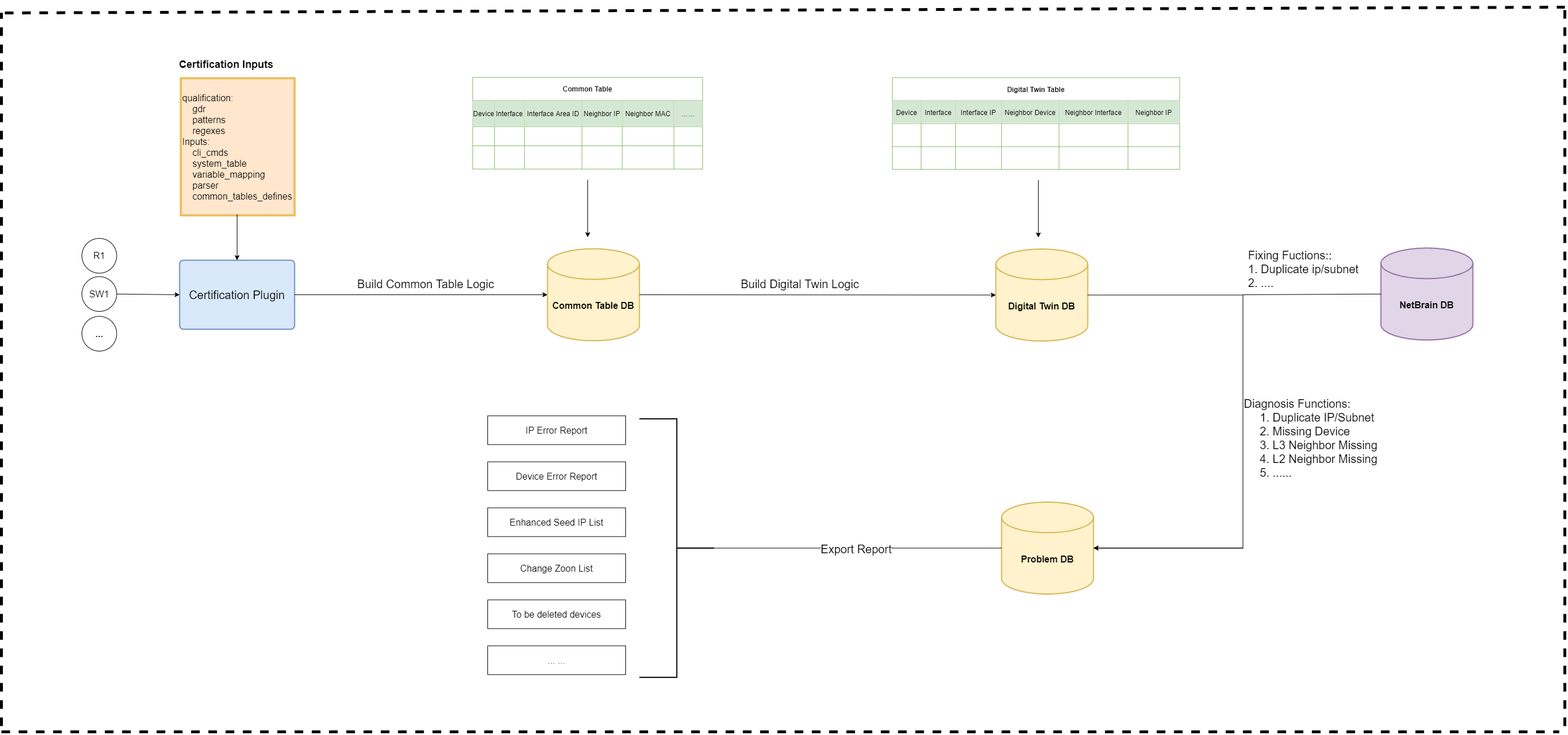
PlatformCertification/Certification-IEv10.0 keeps this draw.io diagram as Platform Certification Guidance/images/Certification-Framework.png. Above is the earlier version. Source tidied: cells renumbered, new cells last; positions are measured from the earlier drawing's top-left corner, leaving out a move shared by most shapes.
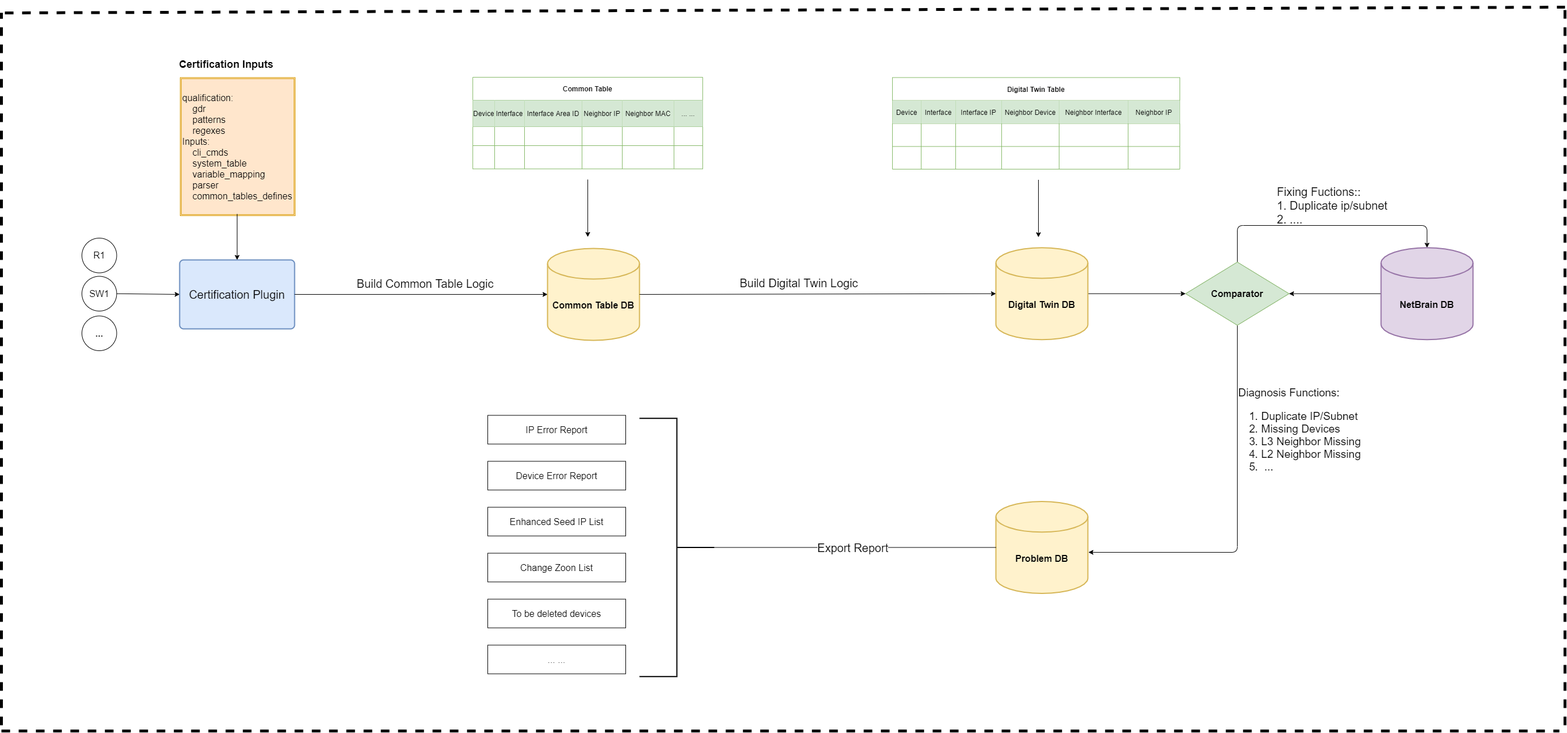
Above is the later version.

Diff of the diagram source:
```diff
@@ -181,8 +181,11 @@
         <mxPoint x="-38.3" y="-22" as="offset" />
       </mxGeometry>
     </mxCell>
+    <mxCell id="81" style="edgeStyle=orthogonalEdgeStyle;rounded=1;jettySize=auto;html=1;exitX=1;exitY=0.5;exitDx=0;exitDy=0;exitPerimeter=0;entryX=0;entryY=0.5;entryDx=0;entryDy=0;" parent="1" edge="1" source="57" target="85">
+      <mxGeometry relative="1" as="geometry" />
+    </mxCell>
     <mxCell id="57" value="&lt;font style=&quot;font-size: 16px&quot;&gt;&lt;b&gt;&lt;br&gt;&lt;br&gt;Digital Twin DB&lt;/b&gt;&lt;/font&gt;" style="strokeWidth=2;html=1;shape=mxgraph.flowchart.database;whiteSpace=wrap;shadow=0;align=center;fillColor=#fff2cc;strokeColor=#d6b656;" parent="1" vertex="1">
-      <mxGeometry x="1730" y="430.5" width="160" height="160" as="geometry" />
+      <mxGeometry x="1730" y="428.8" width="160" height="160" as="geometry" />
     </mxCell>
     <mxCell id="58" style="endArrow=classic;html=1;strokeWidth=1;exitX=1;exitY=0.5;exitDx=0;exitDy=0;exitPerimeter=0;entryX=0;entryY=0.5;entryDx=0;entryDy=0;entryPerimeter=0;" parent="1" edge="1" source="31" target="57">
       <mxGeometry relative="1" as="geometry" />
@@ -198,11 +201,14 @@
     <mxCell id="61" value="&lt;font size=&quot;1&quot;&gt;&lt;b style=&quot;font-size: 18px&quot;&gt;Certification Inputs&lt;/b&gt;&lt;/font&gt;" style="text;html=1;align=center;verticalAlign=middle;" parent="1" vertex="1">
       <mxGeometry x="301" y="100" width="180" height="20" as="geometry" />
     </mxCell>
+    <mxCell id="82" style="edgeStyle=orthogonalEdgeStyle;rounded=1;jettySize=auto;html=1;exitX=0;exitY=0.5;exitDx=0;exitDy=0;exitPerimeter=0;entryX=1;entryY=0.5;entryDx=0;entryDy=0;" parent="1" edge="1" source="62" target="85">
+      <mxGeometry relative="1" as="geometry" />
+    </mxCell>
     <mxCell id="62" value="&lt;font style=&quot;font-size: 16px&quot;&gt;&lt;b&gt;&lt;br&gt;&lt;br&gt;NetBrain DB&lt;/b&gt;&lt;/font&gt;" style="strokeWidth=2;html=1;shape=mxgraph.flowchart.database;whiteSpace=wrap;shadow=0;fillColor=#e1d5e7;align=center;strokeColor=#9673a6;" parent="1" vertex="1">
       <mxGeometry x="2400" y="428.8" width="160" height="160" as="geometry" />
     </mxCell>
     <mxCell id="63" value="&lt;font style=&quot;font-size: 16px&quot;&gt;&lt;b&gt;&lt;br&gt;&lt;br&gt;Problem DB&lt;/b&gt;&lt;/font&gt;" style="strokeWidth=2;html=1;shape=mxgraph.flowchart.database;whiteSpace=wrap;shadow=0;align=center;fillColor=#fff2cc;strokeColor=#d6b656;" parent="1" vertex="1">
-      <mxGeometry x="1740" y="870.5" width="160" height="160" as="geometry" />
+      <mxGeometry x="1730" y="870.5" width="160" height="160" as="geometry" />
     </mxCell>
     <mxCell id="64" value="&lt;font style=&quot;font-size: 16px&quot;&gt;IP Error Report&lt;/font&gt;" style="rounded=0;whiteSpace=wrap;html=1;shadow=0;strokeColor=#000000;fillColor=none;gradientColor=none;align=center;" parent="1" vertex="1">
       <mxGeometry x="846" y="720.5" width="240" height="50" as="geometry" />
@@ -222,27 +228,6 @@
     <mxCell id="69" value="&lt;span style=&quot;font-size: 16px&quot;&gt;... ...&lt;/span&gt;" style="rounded=0;whiteSpace=wrap;html=1;shadow=0;strokeColor=#000000;fillColor=none;gradientColor=none;align=center;" parent="1" vertex="1">
       <mxGeometry x="846" y="1120.5" width="240" height="50" as="geometry" />
     </mxCell>
-    <mxCell id="70" style="edgeStyle=orthogonalEdgeStyle;rounded=0;jettySize=auto;html=1;entryX=1;entryY=0.5;entryDx=0;entryDy=0;entryPerimeter=0;strokeWidth=1;exitX=0;exitY=0.5;exitDx=0;exitDy=0;exitPerimeter=0;" parent="1" edge="1" source="62" target="63">
-      <mxGeometry relative="1" as="geometry">
-        <Array as="points">
-          <mxPoint x="2160" y="510" />
-          <mxPoint x="2160" y="951" />
-        </Array>
-      </mxGeometry>
-    </mxCell>
-    <mxCell id="71" style="edgeStyle=orthogonalEdgeStyle;rounded=0;jettySize=auto;html=1;entryX=1;entryY=0.5;entryDx=0;entryDy=0;entryPerimeter=0;strokeWidth=1;exitX=1;exitY=0.5;exitDx=0;exitDy=0;exitPerimeter=0;" parent="1" edge="1" source="57" target="63">
-      <mxGeometry relative="1" as="geometry">
-        <Array as="points">
-          <mxPoint x="2160" y="511" />
-          <mxPoint x="2160" y="951" />
-        </Array>
-      </mxGeometry>
-    </mxCell>
-    <mxCell id="72" value="&lt;font style=&quot;font-size: 20px&quot;&gt;Diagnosis Functions:&lt;br&gt;&amp;nbsp; &amp;nbsp; &amp;nbsp;1. Duplicate IP/Subnet&lt;br&gt;&amp;nbsp; &amp;nbsp; &amp;nbsp;2. Missing Device&lt;br&gt;&amp;nbsp; &amp;nbsp; &amp;nbsp;3. L3 Neighbor Missing&lt;br&gt;&amp;nbsp; &amp;nbsp; &amp;nbsp;4. L2 Neighbor Missing&lt;br&gt;&amp;nbsp; &amp;nbsp; &amp;nbsp;5. ......&lt;br&gt;&lt;/font&gt;" style="edgeLabel;html=1;align=left;verticalAlign=middle;" parent="71" vertex="1">
-      <mxGeometry x="-0.04" y="1" relative="1" as="geometry">
-        <mxPoint x="-1" y="50" as="offset" />
-      </mxGeometry>
-    </mxCell>
     <mxCell id="73" style="strokeWidth=2;html=1;shape=mxgraph.flowchart.annotation_2;align=left;labelPosition=right;shadow=0;fillColor=none;gradientColor=none;rotation=-180;" parent="1" vertex="1">
       <mxGeometry x="1110" y="725.8" width="130" height="449.5" as="geometry" />
     </mxCell>
@@ -275,7 +260,28 @@
       </mxGeometry>
     </mxCell>
     <mxCell id="80" value="&lt;div style=&quot;text-align: left ; font-size: 20px&quot;&gt;&lt;span style=&quot;background-color: rgb(255 , 255 , 255)&quot;&gt;&lt;font style=&quot;font-size: 20px&quot;&gt;Fixing Fuctions::&lt;/font&gt;&lt;/span&gt;&lt;/div&gt;&lt;div style=&quot;text-align: left ; font-size: 20px&quot;&gt;&lt;span style=&quot;background-color: rgb(255 , 255 , 255)&quot;&gt;&lt;font style=&quot;font-size: 20px&quot;&gt;1. Duplicate ip/subnet&lt;/font&gt;&lt;/span&gt;&lt;/div&gt;&lt;div style=&quot;text-align: left ; font-size: 20px&quot;&gt;&lt;span style=&quot;background-color: rgb(255 , 255 , 255)&quot;&gt;&lt;font style=&quot;font-size: 20px&quot;&gt;2. ....&lt;/font&gt;&lt;/span&gt;&lt;/div&gt;" style="text;html=1;align=center;verticalAlign=middle;" parent="1" vertex="1">
-      <mxGeometry x="2160" y="440" width="210" height="50" as="geometry" />
+      <mxGeometry x="2210" y="330" width="210" height="50" as="geometry" />
     </mxCell>
+    <mxCell id="83" style="edgeStyle=orthogonalEdgeStyle;rounded=1;jettySize=auto;html=1;exitX=0.5;exitY=0;exitDx=0;exitDy=0;entryX=0.5;entryY=0;entryDx=0;entryDy=0;entryPerimeter=0;" parent="1" edge="1" source="85" target="62">
+      <mxGeometry relative="1" as="geometry">
+        <Array as="points">
+          <mxPoint x="2150" y="390" />
+          <mxPoint x="2480" y="390" />
+        </Array>
+      </mxGeometry>
+    </mxCell>
+    <mxCell id="84" style="edgeStyle=orthogonalEdgeStyle;rounded=1;jettySize=auto;html=1;exitX=0.5;exitY=1;exitDx=0;exitDy=0;entryX=1.006;entryY=0.553;entryDx=0;entryDy=0;entryPerimeter=0;" parent="1" edge="1" source="85" target="63">
+      <mxGeometry relative="1" as="geometry">
+        <Array as="points">
+          <mxPoint x="2150" y="959" />
+        </Array>
+      </mxGeometry>
+    </mxCell>
+    <mxCell id="85" value="&lt;font style=&quot;font-size: 16px&quot;&gt;&lt;b&gt;Comparator&lt;/b&gt;&lt;/font&gt;" style="rhombus;whiteSpace=wrap;html=1;fillColor=#d5e8d4;strokeColor=#82b366;" parent="1" vertex="1">
+      <mxGeometry x="2060" y="453.8" width="180" height="110" as="geometry" />
+    </mxCell>
+    <mxCell id="86" value="&lt;font style=&quot;font-size: 19px&quot;&gt;Diagnosis Functions:&lt;br&gt;&lt;/font&gt;&lt;ol style=&quot;font-size: 19px&quot;&gt;&lt;li&gt;&lt;font style=&quot;font-size: 19px&quot;&gt;Duplicate IP/Subnet&lt;/font&gt;&lt;/li&gt;&lt;li&gt;&lt;font style=&quot;font-size: 19px&quot;&gt;Missing Devices&lt;/font&gt;&lt;/li&gt;&lt;li&gt;&lt;font style=&quot;font-size: 19px&quot;&gt;L3 Neighbor Missing&lt;/font&gt;&lt;/li&gt;&lt;li&gt;&lt;font style=&quot;font-size: 19px&quot;&gt;L2 Neighbor Missing&lt;/font&gt;&lt;/li&gt;&lt;li&gt;&lt;font style=&quot;font-size: 19px&quot;&gt;&amp;nbsp;...&amp;nbsp;&lt;/font&gt;&lt;/li&gt;&lt;/ol&gt;" style="text;html=1;strokeColor=none;fillColor=none;align=left;verticalAlign=middle;whiteSpace=wrap;rounded=0;" parent="1" vertex="1">
+      <mxGeometry x="2150" y="650" width="260" height="210" as="geometry" />
+    </mxCell>
   </root>
 </mxGraphModel>
```
